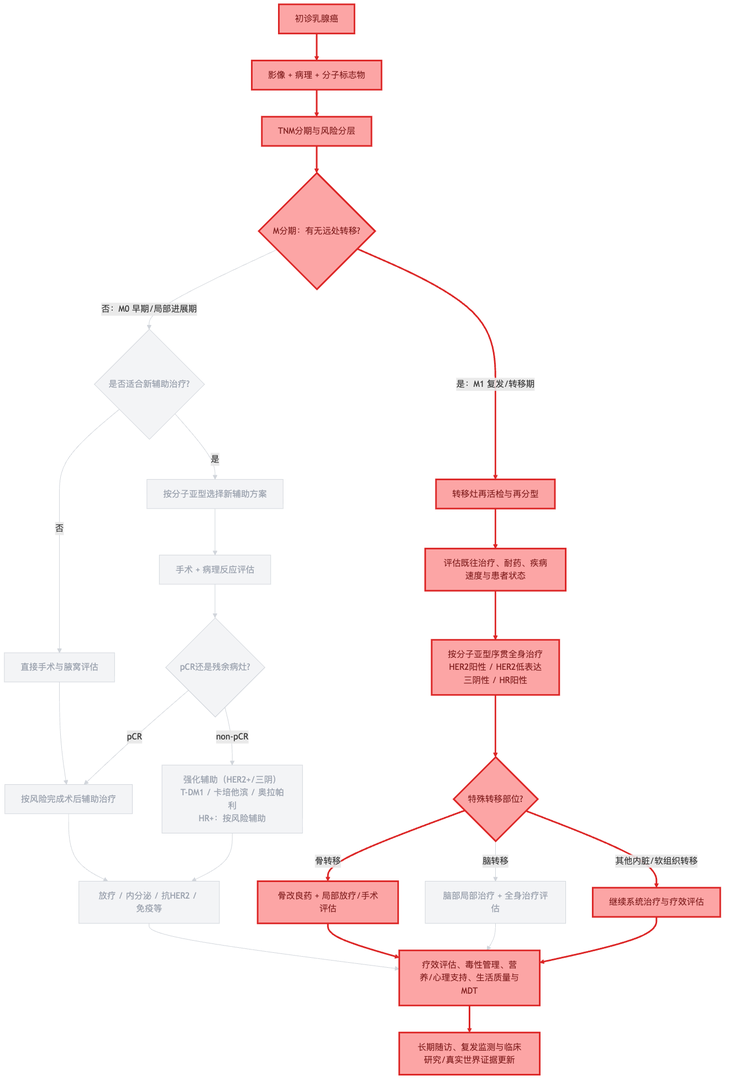
dongjb741280/breast-cancer keeps this Mermaid diagram as diagrams/decision-chain-REAL-005.png. Above is the earlier version. Its source is kept beside it as diagrams/decision-chain-REAL-005.mmd. Source of this version:
```mermaid
graph TD
    A[初诊乳腺癌]
    B[影像 + 病理 + 分子标志物]
    C[TNM分期与风险分层]
    D{M分期：有无远处转移?}
    E{是否适合新辅助治疗?}
    F[按分子亚型选择新辅助方案]
    G[直接手术与腋窝评估]
    H[手术 + 病理反应评估]
    I{pCR还是残余病灶?}
    J[按风险完成术后辅助治疗]
    K[强化辅助（HER2+/三阴）<br/>T-DM1 / 卡培他滨 / 奥拉帕利<br/>HR+：按风险辅助]
    L[放疗 / 内分泌 / 抗HER2 / 免疫等]
    M[转移灶再活检与再分型]
    N[评估既往治疗、耐药、疾病速度与患者状态]
    O[按分子亚型序贯全身治疗<br/>HER2阳性 / HER2低表达<br/>三阴性 / HR阳性]
    P{特殊转移部位?}
    Q[骨改良药 + 局部放疗/手术评估]
    R[脑部局部治疗 + 全身治疗评估]
    S[继续系统治疗与疗效评估]
    T[疗效评估、毒性管理、营养/心理支持、生活质量与MDT]
    U[长期随访、复发监测与临床研究/真实世界证据更新]
    A --> B
    B --> C
    C --> D
    D -->|否：M0 早期/局部进展期| E
    E -->|是| F
    E -->|否| G
    F --> H
    G --> J
    H --> I
    I -->|pCR| J
    I -->|non-pCR| K
    J --> L
    K --> L
    D -->|是：M1 复发/转移期| M
    M --> N
    N --> O
    O --> P
    P -->|骨转移| Q
    P -->|脑转移| R
    P -->|其他内脏/软组织转移| S
    L --> T
    Q --> T
    R --> T
    S --> T
    T --> U
    classDef path fill:#fca5a5,stroke:#dc2626,color:#7f1d1d,stroke-width:3px;
    classDef dim fill:#f3f4f6,stroke:#d1d5db,color:#9ca3af,stroke-width:1px;
    class A path;
    class B path;
    class C path;
    class D path;
    class E dim;
    class F dim;
    class G dim;
    class H dim;
    class I dim;
    class J dim;
    class K dim;
    class L dim;
    class M path;
    class N path;
    class O path;
    class P path;
    class Q path;
    class R dim;
    class S path;
    class T path;
    class U path;
    linkStyle 0 stroke:#dc2626,stroke-width:3px;
    linkStyle 1 stroke:#dc2626,stroke-width:3px;
    linkStyle 2 stroke:#dc2626,stroke-width:3px;
    linkStyle 3 stroke:#d1d5db,stroke-width:1px;
    linkStyle 4 stroke:#d1d5db,stroke-width:1px;
    linkStyle 5 stroke:#d1d5db,stroke-width:1px;
    linkStyle 6 stroke:#d1d5db,stroke-width:1px;
    linkStyle 7 stroke:#d1d5db,stroke-width:1px;
    linkStyle 8 stroke:#d1d5db,stroke-width:1px;
    linkStyle 9 stroke:#d1d5db,stroke-width:1px;
    linkStyle 10 stroke:#d1d5db,stroke-width:1px;
    linkStyle 11 stroke:#d1d5db,stroke-width:1px;
    linkStyle 12 stroke:#d1d5db,stroke-width:1px;
    linkStyle 13 stroke:#dc2626,stroke-width:3px;
    linkStyle 14 stroke:#dc2626,stroke-width:3px;
    linkStyle 15 stroke:#dc2626,stroke-width:3px;
    linkStyle 16 stroke:#dc2626,stroke-width:3px;
    linkStyle 17 stroke:#dc2626,stroke-width:3px;
    linkStyle 18 stroke:#d1d5db,stroke-width:1px;
    linkStyle 19 stroke:#dc2626,stroke-width:3px;
    linkStyle 20 stroke:#d1d5db,stroke-width:1px;
    linkStyle 21 stroke:#dc2626,stroke-width:3px;
    linkStyle 22 stroke:#d1d5db,stroke-width:1px;
    linkStyle 23 stroke:#dc2626,stroke-width:3px;
    linkStyle 24 stroke:#dc2626,stroke-width:3px;
```
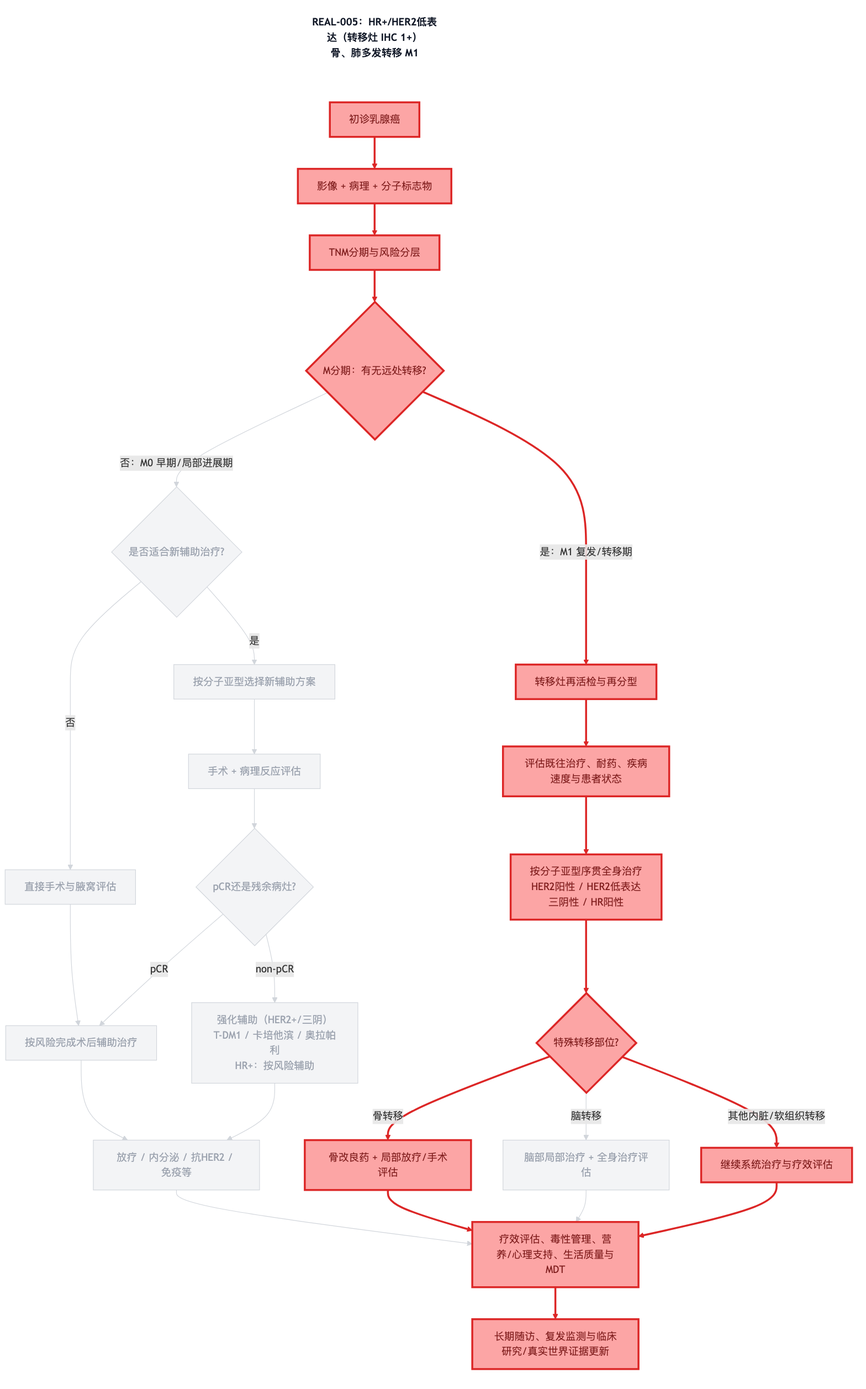
The same file after the commit.

Change to the diagram source:
```diff
@@ -1,4 +1,5 @@
 graph TD
+    TITLE["REAL-005：HR+/HER2低表达（转移灶 IHC 1+）<br/>骨、肺多发转移 M1"]
     A[初诊乳腺癌]
     B[影像 + 病理 + 分子标志物]
     C[TNM分期与风险分层]
@@ -45,8 +46,11 @@
     R --> T
     S --> T
     T --> U
+    TITLE ~~~ A
     classDef path fill:#fca5a5,stroke:#dc2626,color:#7f1d1d,stroke-width:3px;
     classDef dim fill:#f3f4f6,stroke:#d1d5db,color:#9ca3af,stroke-width:1px;
+    classDef caption fill:#fff,stroke:none,color:#111827,font-weight:bold;
+    class TITLE caption;
     class A path;
     class B path;
     class C path;
```
